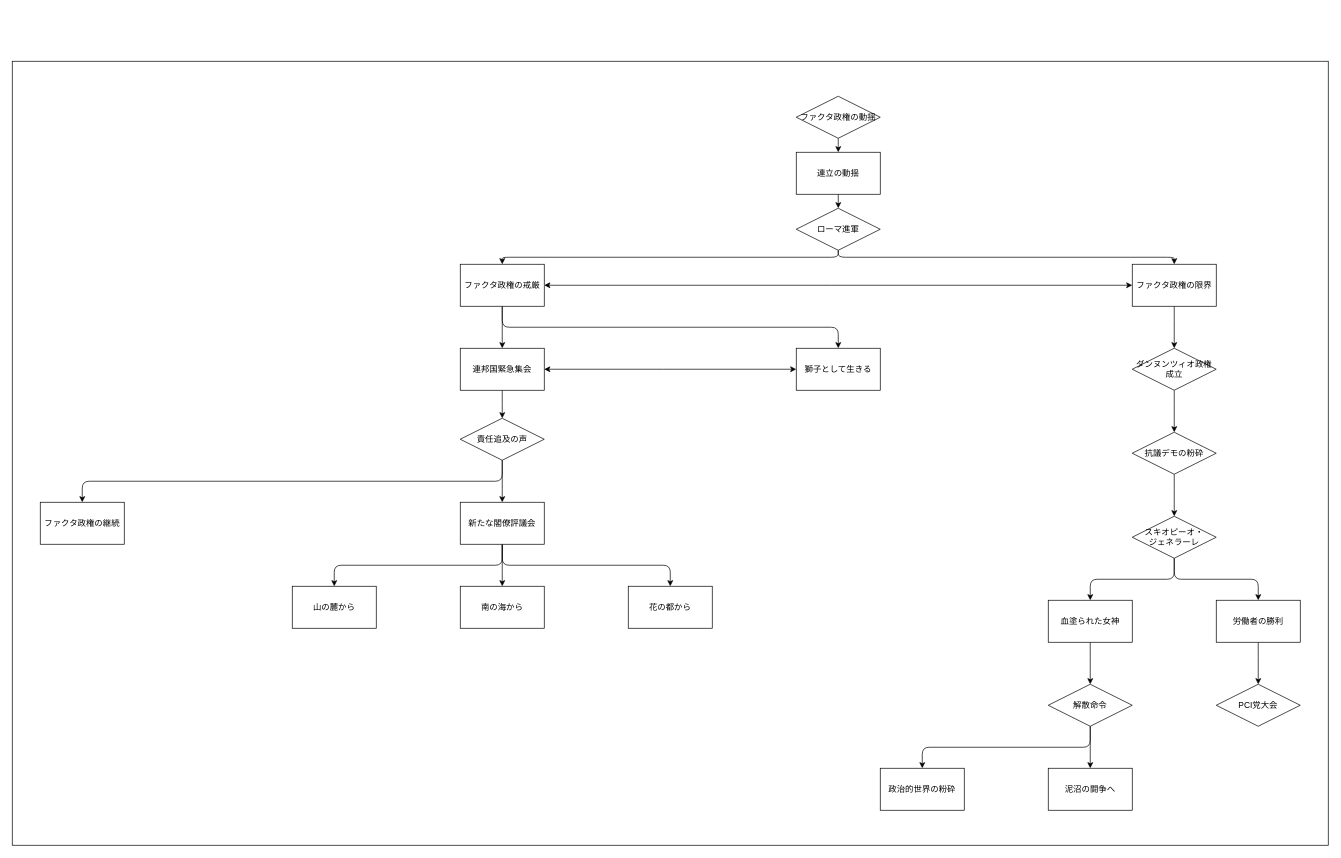
This is page "NF" (1 of 2) of common/national_focus/_vf_focus_ITA.dio from Volkerfruhling/VolkerfruhlingMod, a draw.io file, before an edit. Source tidied: cells renumbered, new cells numbered last; positions are measured from the earlier drawing's top-left corner, leaving out a move shared by most shapes. Both pictures are drawn from the tidied source at 70%, with x=0, y=0 at pixel (12, 61).
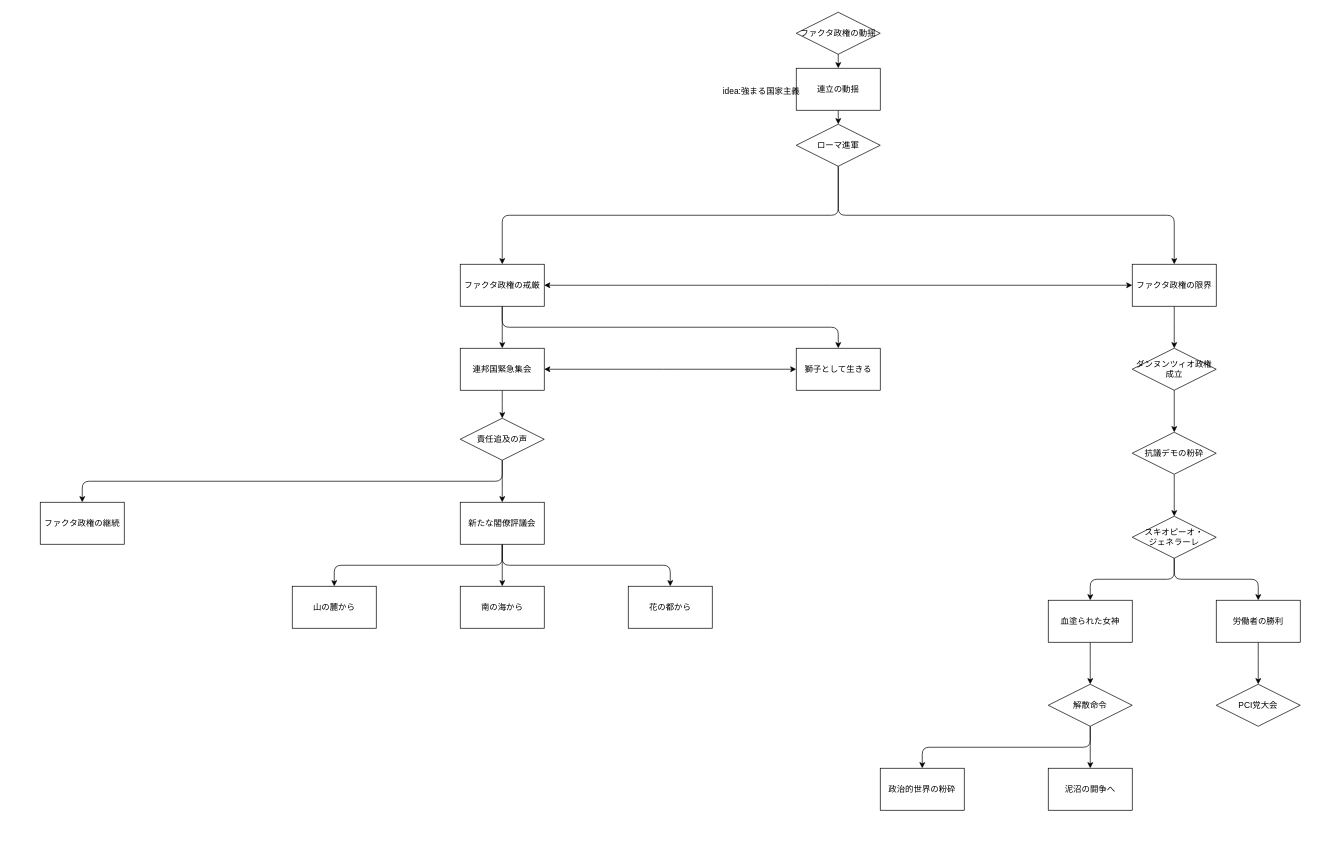
The same page after the edit.

The edit, as a diff of the source:
```diff
@@
-    <mxCell id="2" style="whiteSpace=wrap;html=1;" parent="1" vertex="1">
-      <mxGeometry width="1880" height="1120" as="geometry" />
-    </mxCell>
@@
     <mxCell id="4" value="連立の動揺" style="whiteSpace=wrap;html=1;" parent="1" vertex="1">
-      <mxGeometry x="1120" y="130" width="120" height="60" as="geometry" />
+      <mxGeometry x="1120" y="10" width="120" height="60" as="geometry" />
     </mxCell>
@@
     <mxCell id="6" value="ファクタ政権の動揺" style="rhombus;whiteSpace=wrap;html=1;" parent="1" vertex="1">
-      <mxGeometry x="1120" y="50" width="120" height="60" as="geometry" />
+      <mxGeometry x="1120" y="-70" width="120" height="60" as="geometry" />
     </mxCell>
@@
     <mxCell id="9" value="ローマ進軍" style="rhombus;whiteSpace=wrap;html=1;" parent="1" vertex="1">
-      <mxGeometry x="1120" y="210" width="120" height="60" as="geometry" />
+      <mxGeometry x="1120" y="90" width="120" height="60" as="geometry" />
     </mxCell>
@@
+    <mxCell id="48" value="idea:&lt;span style=&quot;background-color: transparent;&quot;&gt;強まる国家主義&lt;/span&gt;" style="text;html=1;align=center;verticalAlign=middle;strokeColor=none;fillColor=none;" parent="1" vertex="1">
+      <mxGeometry x="1005" y="28" width="130" height="30" as="geometry" />
+    </mxCell>
```
